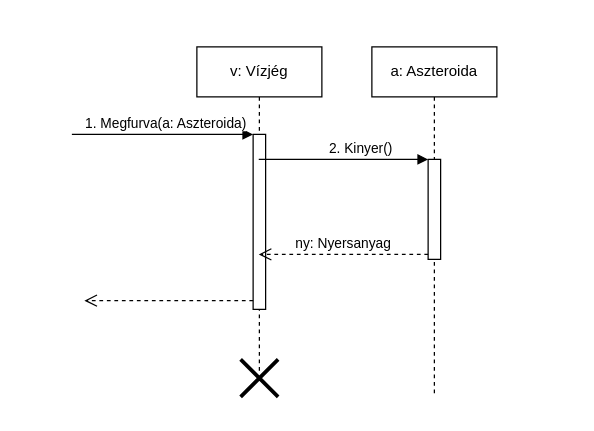
Before: doc/uml/szublimalo_aszteroida_furas.drawio in torpeBoiGo/aszteroidabanyaszat, a draw.io diagram. Source tidied: cells renumbered, new cells numbered last; positions are measured from the earlier drawing's top-left corner, leaving out a move shared by most shapes. Both pictures are drawn from the tidied source at 125%, with x=0, y=0 at pixel (71, 46).
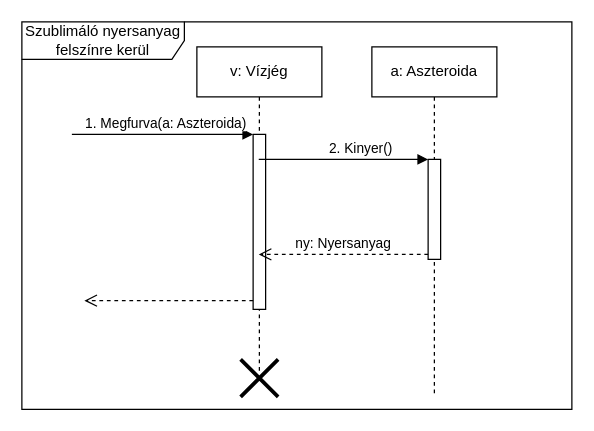
The same diagram, later.

Commit message:
keret, régi törlése

What changed in the source:
```diff
@@
 <mxGraphModel>
   <root>
     <mxCell id="0" />
     <mxCell id="1" parent="0" />
     <mxCell id="2" value="v: Vízjég" style="shape=umlLifeline;perimeter=lifelinePerimeter;whiteSpace=wrap;html=1;outlineConnect=0;" parent="1" vertex="1">
       <mxGeometry x="100" width="100" height="260" as="geometry" />
     </mxCell>
     <mxCell id="3" style="html=1;points=[];perimeter=orthogonalPerimeter;" parent="2" vertex="1">
       <mxGeometry x="45" y="70" width="10" height="140" as="geometry" />
     </mxCell>
     <mxCell id="4" value="1. Megfurva(a: Aszteroida)" style="html=1;verticalAlign=bottom;endArrow=block;entryX=0;entryY=0;" parent="2" edge="1" target="3">
       <mxGeometry x="0.04" relative="1" as="geometry">
         <mxPoint x="-100" y="70" as="sourcePoint" />
       </mxGeometry>
     </mxCell>
     <mxCell id="5" style="html=1;verticalAlign=bottom;endArrow=open;dashed=1;endSize=8;exitX=0;exitY=0.95;" parent="2" edge="1" source="3">
       <mxGeometry x="1" y="-108" relative="1" as="geometry">
         <mxPoint x="-90" y="203" as="targetPoint" />
         <mxPoint x="-41" y="8" as="offset" />
       </mxGeometry>
     </mxCell>
     <mxCell id="6" value="a: Aszteroida" style="shape=umlLifeline;perimeter=lifelinePerimeter;whiteSpace=wrap;html=1;" parent="1" vertex="1">
       <mxGeometry x="240" width="100" height="280" as="geometry" />
     </mxCell>
     <mxCell id="7" style="html=1;points=[];perimeter=orthogonalPerimeter;" parent="6" vertex="1">
       <mxGeometry x="45" y="90" width="10" height="80" as="geometry" />
     </mxCell>
     <mxCell id="8" value="2. Kinyer()" style="html=1;verticalAlign=bottom;endArrow=block;entryX=0;entryY=0;" parent="1" edge="1" source="2" target="7">
       <mxGeometry x="0.19" relative="1" as="geometry" />
     </mxCell>
     <mxCell id="9" value="ny: Nyersanyag" style="html=1;verticalAlign=bottom;endArrow=open;dashed=1;endSize=8;exitX=0;exitY=0.95;" parent="1" edge="1" source="7" target="2">
       <mxGeometry relative="1" as="geometry" />
     </mxCell>
     <mxCell id="10" style="shape=umlDestroy;whiteSpace=wrap;html=1;strokeWidth=3;" parent="1" vertex="1">
       <mxGeometry x="135" y="250" width="30" height="30" as="geometry" />
     </mxCell>
+    <mxCell id="11" value="Szublimáló nyersanyag felszínre kerül" style="shape=umlFrame;whiteSpace=wrap;html=1;width=130;height=30;" parent="1" vertex="1">
+      <mxGeometry x="-40" y="-20" width="440" height="310" as="geometry" />
+    </mxCell>
   </root>
 </mxGraphModel>
```
